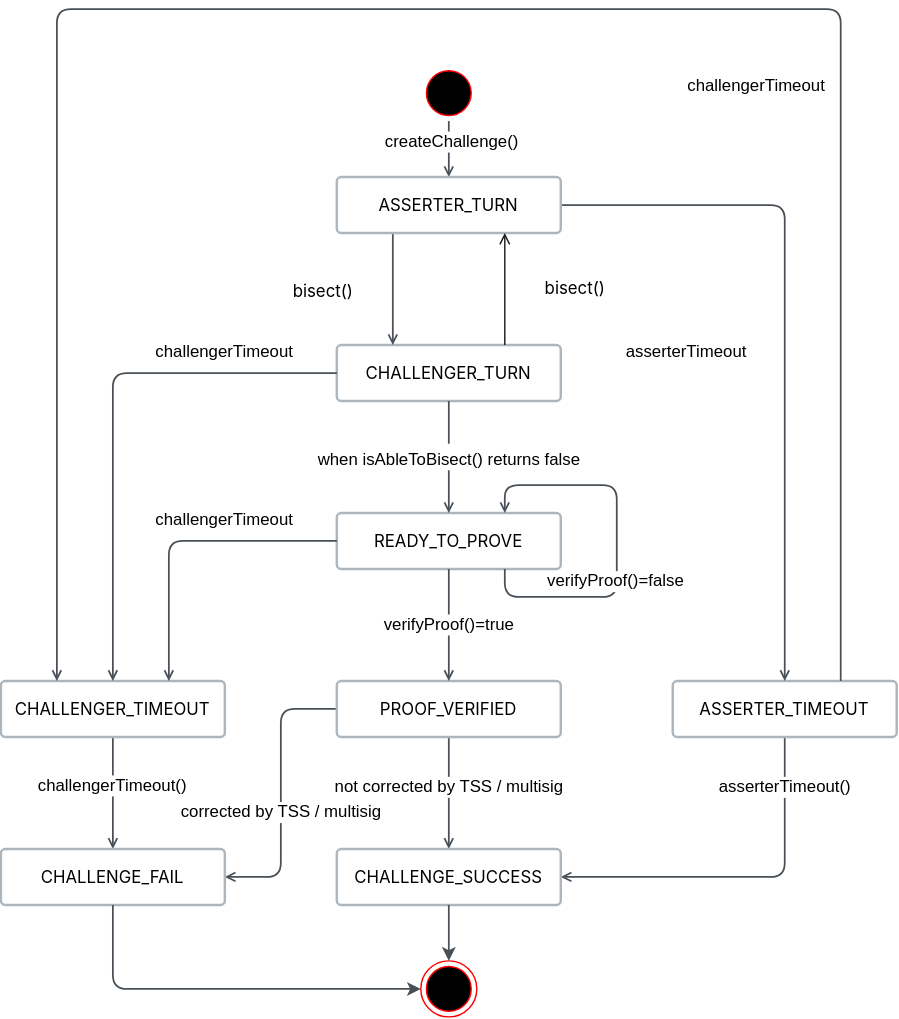
The draw.io diagram specs/assets/colosseum-state-diagram.svg in kroma-network/kroma, before a commit. Source tidied: cells renumbered, new cells last; positions are measured from the earlier drawing's top-left corner, leaving out a move shared by most shapes.
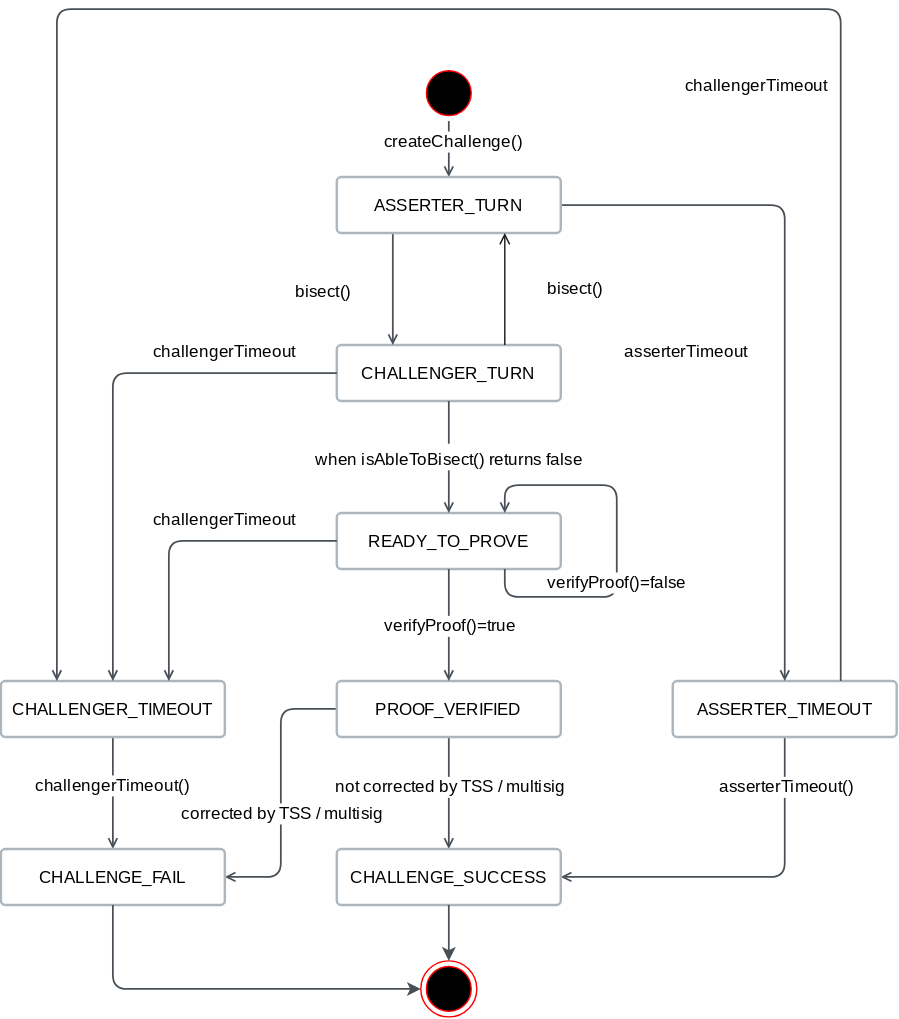
Later version of the same file.

The edit, as a diff of the source:
```diff
@@ -8,7 +8,7 @@
     <mxCell id="3" style="edgeStyle=orthogonalEdgeStyle;rounded=1;jettySize=auto;html=1;exitX=0.5;exitY=1;exitDx=0;exitDy=0;fontSize=16;fontFamily=Inter;strokeColor=#495057;hachureGap=4;fontSource=https%3A%2F%2Ffonts.googleapis.com%2Fcss%3Ffamily%3DInter;sourcePerimeterSpacing=0;targetPerimeterSpacing=0;strokeWidth=1.25;endFill=0;endSize=5;startSize=5;startArrow=none;startFill=0;endArrow=open;shadow=0;" parent="1" edge="1" source="6" target="23">
       <mxGeometry relative="1" as="geometry" />
     </mxCell>
-    <mxCell id="4" value="&lt;span style=&quot;font-size: 12px;&quot;&gt;not corrected by TSS / multisig&lt;/span&gt;" style="edgeLabel;html=1;align=center;verticalAlign=middle;" parent="3" vertex="1">
+    <mxCell id="4" value="&lt;span style=&quot;font-size: 12px;&quot;&gt;not corrected by TSS / multisig&lt;/span&gt;" style="edgeLabel;html=1;align=center;verticalAlign=middle;fontFamily=Inter;fontSource=https%3A%2F%2Ffonts.googleapis.com%2Fcss%3Ffamily%3DInter;" parent="3" vertex="1">
       <mxGeometry x="-0.2" y="3" relative="1" as="geometry">
         <mxPoint x="-3" y="3" as="offset" />
       </mxGeometry>
@@ -33,24 +33,24 @@
     <mxCell id="10" value="&lt;p style=&quot;line-height: 100%; font-size: 12px;&quot;&gt;CHALLENGER_TURN&lt;br style=&quot;font-size: 12px;&quot;&gt;&lt;/p&gt;" style="rounded=1;whiteSpace=wrap;html=1;fontSize=12;fontFamily=Inter;fillColor=#FFFFFF;strokeColor=#ADB5BD;hachureGap=4;fontSource=https%3A%2F%2Ffonts.googleapis.com%2Fcss%3Ffamily%3DInter;arcSize=8;shadow=0;glass=0;spacing=0;strokeWidth=1.75;spacingTop=0;flipV=1;" parent="1" vertex="1">
       <mxGeometry x="240" y="240" width="160" height="40" as="geometry" />
     </mxCell>
-    <mxCell id="11" value="&lt;font face=&quot;Helvetica&quot;&gt;&lt;span style=&quot;font-size: 12px;&quot;&gt;when isAbleToBisect() returns false&lt;/span&gt;&lt;/font&gt;" style="edgeStyle=none;rounded=1;hachureGap=4;jettySize=auto;html=1;fontFamily=Inter;fontSource=https%3A%2F%2Ffonts.googleapis.com%2Fcss%3Ffamily%3DInter;fontSize=16;endArrow=open;startSize=5;endSize=5;sourcePerimeterSpacing=0;targetPerimeterSpacing=0;strokeWidth=1.25;endFill=0;strokeColor=#495057;startArrow=none;startFill=0;entryX=0.5;entryY=0;entryDx=0;entryDy=0;exitX=0.5;exitY=1;exitDx=0;exitDy=0;" parent="1" edge="1" source="10" target="2">
+    <mxCell id="11" value="&lt;font&gt;&lt;span style=&quot;font-size: 12px;&quot;&gt;when isAbleToBisect() returns false&lt;/span&gt;&lt;/font&gt;" style="edgeStyle=none;rounded=1;hachureGap=4;jettySize=auto;html=1;fontFamily=Inter;fontSource=https%3A%2F%2Ffonts.googleapis.com%2Fcss%3Ffamily%3DInter;fontSize=16;endArrow=open;startSize=5;endSize=5;sourcePerimeterSpacing=0;targetPerimeterSpacing=0;strokeWidth=1.25;endFill=0;strokeColor=#495057;startArrow=none;startFill=0;entryX=0.5;entryY=0;entryDx=0;entryDy=0;exitX=0.5;exitY=1;exitDx=0;exitDy=0;" parent="1" edge="1" source="10" target="2">
       <mxGeometry relative="1" as="geometry" />
     </mxCell>
     <mxCell id="12" style="edgeStyle=none;rounded=1;hachureGap=4;jettySize=auto;html=1;fontFamily=Inter;fontSource=https%3A%2F%2Ffonts.googleapis.com%2Fcss%3Ffamily%3DInter;fontSize=16;endArrow=open;startSize=5;endSize=5;sourcePerimeterSpacing=0;targetPerimeterSpacing=0;strokeWidth=1.25;endFill=0;strokeColor=#495057;startArrow=none;startFill=0;entryX=0.5;entryY=0;entryDx=0;entryDy=0;exitX=0.5;exitY=1;exitDx=0;exitDy=0;" parent="1" edge="1" source="2" target="6">
       <mxGeometry relative="1" as="geometry" />
     </mxCell>
-    <mxCell id="13" value="&lt;font style=&quot;font-size: 12px;&quot;&gt;verifyProof()=true&lt;/font&gt;" style="edgeLabel;html=1;align=center;verticalAlign=middle;" parent="12" vertex="1">
+    <mxCell id="13" value="&lt;font style=&quot;font-size: 12px;&quot;&gt;verifyProof()=true&lt;/font&gt;" style="edgeLabel;html=1;align=center;verticalAlign=middle;fontFamily=Inter;fontSource=https%3A%2F%2Ffonts.googleapis.com%2Fcss%3Ffamily%3DInter;" parent="12" vertex="1">
       <mxGeometry relative="1" as="geometry" />
     </mxCell>
     <mxCell id="14" style="edgeStyle=orthogonalEdgeStyle;rounded=1;hachureGap=4;jettySize=auto;html=1;fontFamily=Inter;fontSource=https%3A%2F%2Ffonts.googleapis.com%2Fcss%3Ffamily%3DInter;fontSize=16;endArrow=open;startSize=5;endSize=5;sourcePerimeterSpacing=0;targetPerimeterSpacing=0;strokeWidth=1.25;endFill=0;strokeColor=#495057;startArrow=none;startFill=0;exitX=0.5;exitY=1;exitDx=0;exitDy=0;entryX=1;entryY=0.5;entryDx=0;entryDy=0;" parent="1" edge="1" source="25" target="23">
       <mxGeometry relative="1" as="geometry" />
     </mxCell>
-    <mxCell id="15" value="&lt;font style=&quot;font-size: 12px;&quot;&gt;asserterTimeout()&lt;/font&gt;" style="edgeLabel;html=1;align=center;verticalAlign=middle;fontSize=12;" parent="14" vertex="1">
+    <mxCell id="15" value="&lt;font style=&quot;font-size: 12px;&quot;&gt;asserterTimeout()&lt;/font&gt;" style="edgeLabel;html=1;align=center;verticalAlign=middle;fontSize=12;fontFamily=Inter;fontSource=https%3A%2F%2Ffonts.googleapis.com%2Fcss%3Ffamily%3DInter;" parent="14" vertex="1">
       <mxGeometry x="-0.53" y="-3" relative="1" as="geometry">
         <mxPoint x="3" y="-26" as="offset" />
       </mxGeometry>
     </mxCell>
-    <mxCell id="16" value="&lt;font style=&quot;font-size: 12px;&quot;&gt;&lt;font face=&quot;Helvetica&quot;&gt;challengerTimeout&lt;/font&gt;&lt;br&gt;&lt;/font&gt;" style="rounded=1;whiteSpace=wrap;html=1;fontSize=12;fontFamily=Inter;hachureGap=4;fontSource=https%3A%2F%2Ffonts.googleapis.com%2Fcss%3Ffamily%3DInter;arcSize=5;shadow=0;glass=0;spacing=0;strokeWidth=1.25;spacingTop=0;strokeColor=none;fillColor=none;labelBackgroundColor=default;" parent="1" vertex="1">
+    <mxCell id="16" value="&lt;font style=&quot;font-size: 12px;&quot;&gt;&lt;font&gt;challengerTimeout&lt;/font&gt;&lt;br&gt;&lt;/font&gt;" style="rounded=1;whiteSpace=wrap;html=1;fontSize=12;fontFamily=Inter;hachureGap=4;fontSource=https%3A%2F%2Ffonts.googleapis.com%2Fcss%3Ffamily%3DInter;arcSize=5;shadow=0;glass=0;spacing=0;strokeWidth=1.25;spacingTop=0;strokeColor=none;fillColor=none;labelBackgroundColor=default;" parent="1" vertex="1">
       <mxGeometry x="100" y="350" width="120" height="30" as="geometry" />
     </mxCell>
     <mxCell id="17" style="edgeStyle=orthogonalEdgeStyle;rounded=1;hachureGap=4;orthogonalLoop=1;jettySize=auto;html=1;fontFamily=Inter;fontSource=https%3A%2F%2Ffonts.googleapis.com%2Fcss%3Ffamily%3DInter;fontSize=16;endArrow=open;startSize=5;endSize=5;sourcePerimeterSpacing=0;targetPerimeterSpacing=0;strokeWidth=1.25;endFill=0;strokeColor=#495057;startArrow=none;startFill=0;exitX=0.75;exitY=1;exitDx=0;exitDy=0;entryX=0.75;entryY=0;entryDx=0;entryDy=0;" parent="1" edge="1" source="2" target="2">
@@ -63,19 +63,19 @@
         </Array>
       </mxGeometry>
     </mxCell>
-    <mxCell id="18" value="&lt;font style=&quot;font-size: 12px;&quot;&gt;verifyProof()=false&lt;/font&gt;" style="edgeLabel;html=1;align=center;verticalAlign=middle;" parent="17" vertex="1">
+    <mxCell id="18" value="&lt;font style=&quot;font-size: 12px;&quot;&gt;verifyProof()=false&lt;/font&gt;" style="edgeLabel;html=1;align=center;verticalAlign=middle;fontFamily=Inter;fontSource=https%3A%2F%2Ffonts.googleapis.com%2Fcss%3Ffamily%3DInter;" parent="17" vertex="1">
       <mxGeometry x="-0.2" y="1" relative="1" as="geometry" />
     </mxCell>
-    <mxCell id="19" style="ellipse;html=1;shape=startState;fillColor=#000000;strokeColor=#ff0000;" parent="1" vertex="1">
+    <mxCell id="19" style="ellipse;html=1;shape=startState;fillColor=#000000;strokeColor=#ff0000;fontFamily=Inter;fontSource=https%3A%2F%2Ffonts.googleapis.com%2Fcss%3Ffamily%3DInter;" parent="1" vertex="1">
       <mxGeometry x="300" y="40" width="40" height="40" as="geometry" />
     </mxCell>
     <mxCell id="20" style="edgeStyle=orthogonalEdgeStyle;html=1;verticalAlign=middle;endArrow=open;endSize=5;strokeColor=#495057;rounded=1;entryX=0.5;entryY=0;entryDx=0;entryDy=0;fontSize=16;fontFamily=Inter;hachureGap=4;fontSource=https%3A%2F%2Ffonts.googleapis.com%2Fcss%3Ffamily%3DInter;startSize=5;sourcePerimeterSpacing=0;targetPerimeterSpacing=0;strokeWidth=1.25;endFill=0;startArrow=none;startFill=0;shadow=0;" parent="1" edge="1" source="19" target="32">
       <mxGeometry relative="1" as="geometry" />
     </mxCell>
-    <mxCell id="21" value="&lt;font style=&quot;font-size: 12px;&quot;&gt;createChallenge()&lt;/font&gt;" style="edgeLabel;html=1;align=center;verticalAlign=middle;labelBackgroundColor=default;" parent="20" vertex="1">
+    <mxCell id="21" value="&lt;font style=&quot;font-size: 12px;&quot;&gt;createChallenge()&lt;/font&gt;" style="edgeLabel;html=1;align=center;verticalAlign=middle;labelBackgroundColor=default;fontFamily=Inter;fontSource=https%3A%2F%2Ffonts.googleapis.com%2Fcss%3Ffamily%3DInter;" parent="20" vertex="1">
       <mxGeometry x="-0.28" y="2" relative="1" as="geometry" />
     </mxCell>
-    <mxCell id="22" style="ellipse;html=1;shape=endState;fillColor=#000000;strokeColor=#ff0000;" parent="1" vertex="1">
+    <mxCell id="22" style="ellipse;html=1;shape=endState;fillColor=#000000;strokeColor=#ff0000;fontFamily=Inter;fontSource=https%3A%2F%2Ffonts.googleapis.com%2Fcss%3Ffamily%3DInter;" parent="1" vertex="1">
       <mxGeometry x="300" y="680" width="40" height="40" as="geometry" />
     </mxCell>
     <mxCell id="23" value="&lt;p style=&quot;line-height: 100%; font-size: 12px;&quot;&gt;CHALLENGE_SUCCESS&lt;br style=&quot;font-size: 12px;&quot;&gt;&lt;/p&gt;" style="rounded=1;whiteSpace=wrap;html=1;fontSize=12;fontFamily=Inter;fillColor=#FFFFFF;strokeColor=#ADB5BD;hachureGap=4;fontSource=https%3A%2F%2Ffonts.googleapis.com%2Fcss%3Ffamily%3DInter;arcSize=8;shadow=0;glass=0;spacing=0;strokeWidth=1.75;spacingTop=0;" parent="1" vertex="1">
@@ -94,10 +94,10 @@
         </Array>
       </mxGeometry>
     </mxCell>
-    <mxCell id="27" value="&lt;font style=&quot;font-size: 12px;&quot;&gt;&lt;font face=&quot;Helvetica&quot;&gt;challengerTimeout()&lt;/font&gt;&lt;br&gt;&lt;/font&gt;" style="rounded=1;whiteSpace=wrap;html=1;fontSize=12;fontFamily=Inter;hachureGap=4;fontSource=https%3A%2F%2Ffonts.googleapis.com%2Fcss%3Ffamily%3DInter;arcSize=5;shadow=0;glass=0;spacing=0;strokeWidth=1.25;spacingTop=0;strokeColor=none;fillColor=none;labelBackgroundColor=default;" parent="1" vertex="1">
+    <mxCell id="27" value="&lt;font style=&quot;font-size: 12px;&quot;&gt;&lt;font&gt;challengerTimeout()&lt;/font&gt;&lt;br&gt;&lt;/font&gt;" style="rounded=1;whiteSpace=wrap;html=1;fontSize=12;fontFamily=Inter;hachureGap=4;fontSource=https%3A%2F%2Ffonts.googleapis.com%2Fcss%3Ffamily%3DInter;arcSize=5;shadow=0;glass=0;spacing=0;strokeWidth=1.25;spacingTop=0;strokeColor=none;fillColor=none;labelBackgroundColor=default;" parent="1" vertex="1">
       <mxGeometry x="20" y="540" width="120" height="30" as="geometry" />
     </mxCell>
-    <mxCell id="28" value="&lt;font style=&quot;font-size: 12px;&quot;&gt;&lt;font face=&quot;Helvetica&quot;&gt;asserterTimeout&lt;/font&gt;&lt;br&gt;&lt;/font&gt;" style="rounded=1;whiteSpace=wrap;html=1;fontSize=12;fontFamily=Inter;hachureGap=4;fontSource=https%3A%2F%2Ffonts.googleapis.com%2Fcss%3Ffamily%3DInter;arcSize=5;shadow=0;glass=0;spacing=0;strokeWidth=1.25;spacingTop=0;strokeColor=none;fillColor=none;labelBackgroundColor=default;" parent="1" vertex="1">
+    <mxCell id="28" value="&lt;font style=&quot;font-size: 12px;&quot;&gt;&lt;font&gt;asserterTimeout&lt;/font&gt;&lt;br&gt;&lt;/font&gt;" style="rounded=1;whiteSpace=wrap;html=1;fontSize=12;fontFamily=Inter;hachureGap=4;fontSource=https%3A%2F%2Ffonts.googleapis.com%2Fcss%3Ffamily%3DInter;arcSize=5;shadow=0;glass=0;spacing=0;strokeWidth=1.25;spacingTop=0;strokeColor=none;fillColor=none;labelBackgroundColor=default;" parent="1" vertex="1">
       <mxGeometry x="430" y="230" width="120" height="30" as="geometry" />
     </mxCell>
     <mxCell id="29" style="edgeStyle=orthogonalEdgeStyle;rounded=1;hachureGap=4;jettySize=auto;html=1;fontFamily=Inter;fontSource=https%3A%2F%2Ffonts.googleapis.com%2Fcss%3Ffamily%3DInter;fontSize=16;endArrow=open;startSize=5;endSize=5;sourcePerimeterSpacing=0;targetPerimeterSpacing=0;strokeWidth=1.25;endFill=0;strokeColor=#495057;startArrow=none;startFill=0;exitX=0.75;exitY=0;exitDx=0;exitDy=0;entryX=0.25;entryY=0;entryDx=0;entryDy=0;" parent="1" edge="1" source="25" target="8">
@@ -108,7 +108,7 @@
         </Array>
       </mxGeometry>
     </mxCell>
-    <mxCell id="30" value="&lt;font style=&quot;font-size: 12px;&quot;&gt;&lt;font face=&quot;Helvetica&quot;&gt;challengerTimeout&lt;/font&gt;&lt;br&gt;&lt;/font&gt;" style="rounded=1;whiteSpace=wrap;html=1;fontSize=12;fontFamily=Inter;hachureGap=4;fontSource=https%3A%2F%2Ffonts.googleapis.com%2Fcss%3Ffamily%3DInter;arcSize=5;shadow=0;glass=0;spacing=0;strokeWidth=1.25;spacingTop=0;strokeColor=none;fillColor=none;labelBackgroundColor=default;" parent="1" vertex="1">
+    <mxCell id="30" value="&lt;font style=&quot;font-size: 12px;&quot;&gt;&lt;font&gt;challengerTimeout&lt;/font&gt;&lt;br&gt;&lt;/font&gt;" style="rounded=1;whiteSpace=wrap;html=1;fontSize=12;fontFamily=Inter;hachureGap=4;fontSource=https%3A%2F%2Ffonts.googleapis.com%2Fcss%3Ffamily%3DInter;arcSize=5;shadow=0;glass=0;spacing=0;strokeWidth=1.25;spacingTop=0;strokeColor=none;fillColor=none;labelBackgroundColor=default;" parent="1" vertex="1">
       <mxGeometry x="480" y="40" width="120" height="30" as="geometry" />
     </mxCell>
     <mxCell id="31" value="&lt;font style=&quot;font-size: 12px;&quot;&gt;bisect()&lt;/font&gt;" style="edgeStyle=orthogonalEdgeStyle;rounded=1;jettySize=auto;html=1;exitX=0.25;exitY=1;exitDx=0;exitDy=0;entryX=0.25;entryY=0;entryDx=0;entryDy=0;endArrow=open;endFill=0;fontFamily=Inter;fontSource=https%3A%2F%2Ffonts.googleapis.com%2Fcss%3Ffamily%3DInter;fontSize=16;strokeColor=#495057;hachureGap=4;startSize=5;endSize=5;sourcePerimeterSpacing=0;targetPerimeterSpacing=0;strokeWidth=1.25;startArrow=none;startFill=0;shadow=0;" parent="1" edge="1" source="32" target="10">
@@ -129,10 +129,10 @@
     <mxCell id="36" style="edgeStyle=orthogonalEdgeStyle;rounded=1;jettySize=auto;html=1;endArrow=open;fontSize=16;fontFamily=Inter;strokeColor=#495057;hachureGap=4;fontSource=https%3A%2F%2Ffonts.googleapis.com%2Fcss%3Ffamily%3DInter;startSize=5;endSize=5;sourcePerimeterSpacing=0;targetPerimeterSpacing=0;strokeWidth=1.25;endFill=0;startArrow=none;startFill=0;exitX=0;exitY=0.5;exitDx=0;exitDy=0;" parent="1" edge="1" source="10" target="8">
       <mxGeometry relative="1" as="geometry" />
     </mxCell>
-    <mxCell id="37" value="&lt;font style=&quot;font-size: 12px;&quot;&gt;&lt;font face=&quot;Helvetica&quot;&gt;challengerTimeout&lt;/font&gt;&lt;br&gt;&lt;/font&gt;" style="rounded=1;whiteSpace=wrap;html=1;fontSize=12;fontFamily=Inter;hachureGap=4;fontSource=https%3A%2F%2Ffonts.googleapis.com%2Fcss%3Ffamily%3DInter;arcSize=5;shadow=0;glass=0;spacing=0;strokeWidth=1.25;spacingTop=0;strokeColor=none;fillColor=none;labelBackgroundColor=default;" parent="1" vertex="1">
+    <mxCell id="37" value="&lt;font style=&quot;font-size: 12px;&quot;&gt;&lt;font&gt;challengerTimeout&lt;/font&gt;&lt;br&gt;&lt;/font&gt;" style="rounded=1;whiteSpace=wrap;html=1;fontSize=12;fontFamily=Inter;hachureGap=4;fontSource=https%3A%2F%2Ffonts.googleapis.com%2Fcss%3Ffamily%3DInter;arcSize=5;shadow=0;glass=0;spacing=0;strokeWidth=1.25;spacingTop=0;strokeColor=none;fillColor=none;labelBackgroundColor=default;" parent="1" vertex="1">
       <mxGeometry x="100" y="230" width="120" height="30" as="geometry" />
     </mxCell>
-    <mxCell id="38" value="&lt;span style=&quot;font-size: 12px;&quot;&gt;corrected by TSS / multisig&lt;/span&gt;" style="edgeLabel;html=1;align=center;verticalAlign=middle;" parent="1" vertex="1">
+    <mxCell id="38" value="&lt;span style=&quot;font-size: 12px;&quot;&gt;corrected by TSS / multisig&lt;/span&gt;" style="edgeLabel;html=1;align=center;verticalAlign=middle;fontFamily=Inter;fontSource=https%3A%2F%2Ffonts.googleapis.com%2Fcss%3Ffamily%3DInter;" parent="1" vertex="1">
       <mxGeometry x="200" y="574" as="geometry" />
     </mxCell>
   </root>
```
